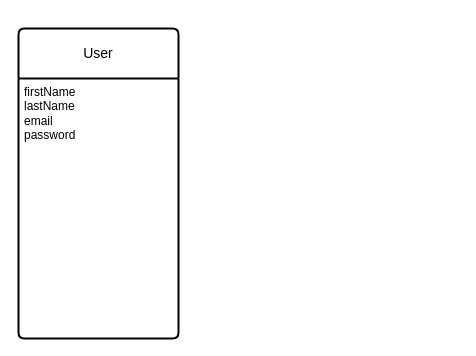
Above: DOCS/Modelo Conceitual.drawio in Navelogic/HoneyMoney (draw.io), before the change. Source tidied: cells renumbered, new cells numbered last; positions are measured from the earlier drawing's top-left corner, leaving out a move shared by most shapes. Both pictures are drawn from the tidied source at 100%, with x=0, y=0 at pixel (18, 28).
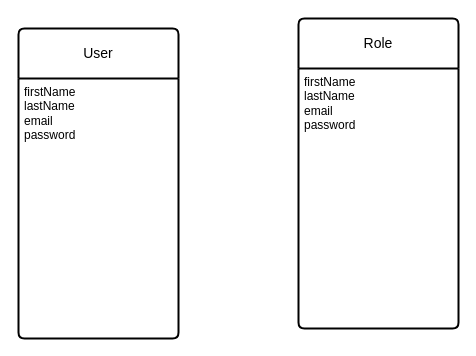
The same diagram, later.

The edit, as a diff of the source:
```diff
@@
 <mxGraphModel>
   <root>
     <mxCell id="0" />
     <mxCell id="1" parent="0" />
     <mxCell id="2" value="User" style="swimlane;horizontal=1;startSize=50;rounded=1;fontSize=14;fontStyle=0;strokeWidth=2;shadow=0;dashed=0;align=center;arcSize=4;whiteSpace=wrap;html=1;" parent="1" vertex="1">
       <mxGeometry width="160" height="310" as="geometry" />
     </mxCell>
     <mxCell id="3" value="firstName&lt;br&gt;lastName&lt;br&gt;email&lt;br&gt;password" style="align=left;strokeColor=none;fillColor=none;spacingLeft=4;fontSize=12;verticalAlign=top;html=1;" parent="2" vertex="1">
       <mxGeometry y="50" width="160" height="260" as="geometry" />
     </mxCell>
+    <mxCell id="4" value="Role" style="swimlane;horizontal=1;startSize=50;rounded=1;fontSize=14;fontStyle=0;strokeWidth=2;shadow=0;dashed=0;align=center;arcSize=4;whiteSpace=wrap;html=1;" parent="1" vertex="1">
+      <mxGeometry x="280" y="-10" width="160" height="310" as="geometry" />
+    </mxCell>
+    <mxCell id="5" value="firstName&lt;br&gt;lastName&lt;br&gt;email&lt;br&gt;password" style="align=left;strokeColor=none;fillColor=none;spacingLeft=4;fontSize=12;verticalAlign=top;html=1;" parent="4" vertex="1">
+      <mxGeometry y="50" width="160" height="260" as="geometry" />
+    </mxCell>
   </root>
 </mxGraphModel>
```
